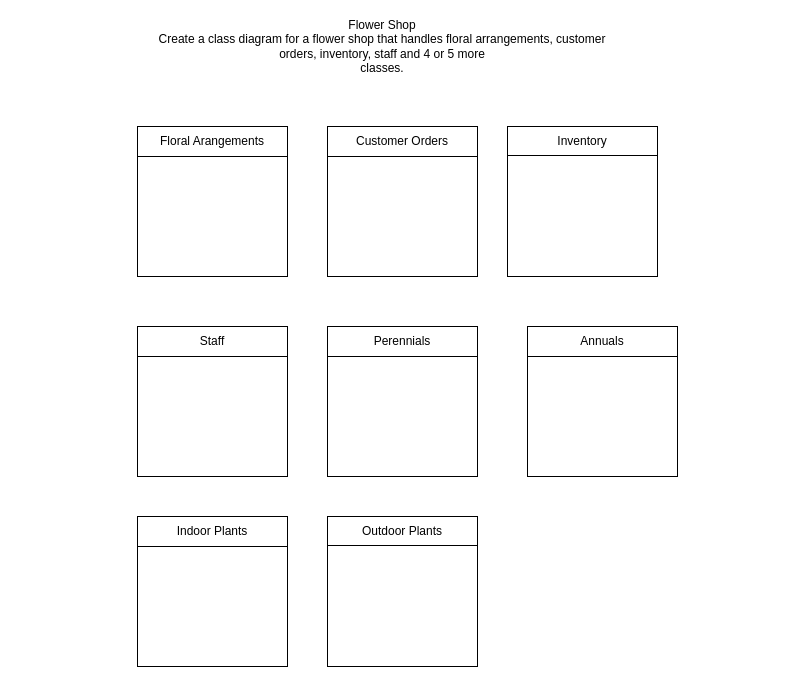
The draw.io diagram CIS-180-Assignmnet2.drawio in CMPCorinne2024/Allprojects, before the edit. Source tidied: cells renumbered, new cells numbered last; positions are measured from the earlier drawing's top-left corner, leaving out a move shared by most shapes. Both pictures are drawn from the tidied source at 100%, with x=0, y=0 at pixel (137, 26).
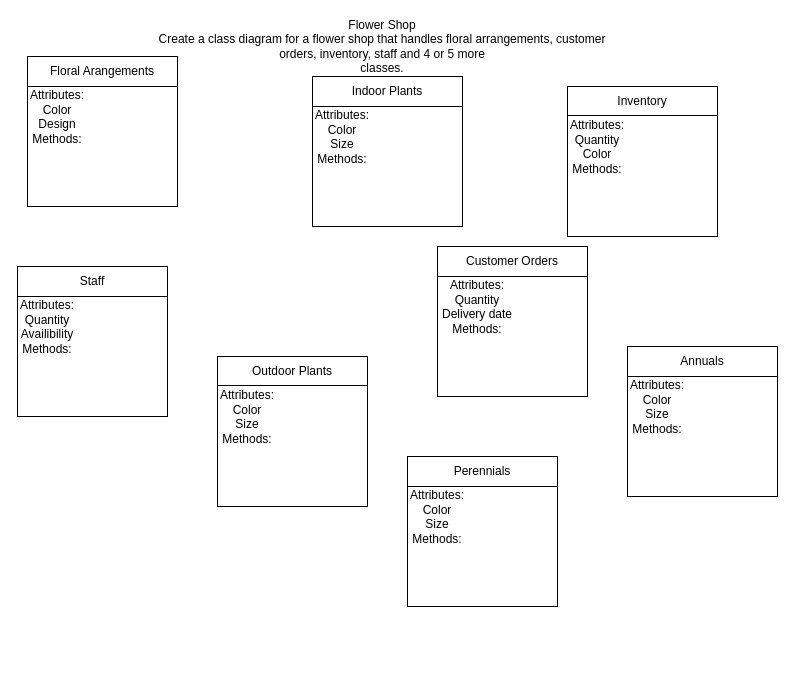
The same diagram, later.

What changed in the source:
```diff
@@
     <mxCell id="3" style="whiteSpace=wrap;html=1;" parent="1" vertex="1">
-      <mxGeometry y="100" width="150" height="150" as="geometry" />
+      <mxGeometry x="-110" y="30" width="150" height="150" as="geometry" />
     </mxCell>
     <mxCell id="4" value="Floral Arangements" style="text;html=1;align=center;verticalAlign=middle;whiteSpace=wrap;rounded=0;" parent="1" vertex="1">
-      <mxGeometry y="100" width="150" height="30" as="geometry" />
+      <mxGeometry x="-110" y="30" width="150" height="30" as="geometry" />
     </mxCell>
     <mxCell id="5" style="whiteSpace=wrap;html=1;" parent="1" vertex="1">
-      <mxGeometry x="190" y="100" width="150" height="150" as="geometry" />
+      <mxGeometry x="300" y="220" width="150" height="150" as="geometry" />
     </mxCell>
     <mxCell id="6" value="Customer Orders" style="text;html=1;align=center;verticalAlign=middle;whiteSpace=wrap;rounded=0;" parent="1" vertex="1">
-      <mxGeometry x="190" y="100" width="150" height="30" as="geometry" />
+      <mxGeometry x="300" y="220" width="150" height="30" as="geometry" />
     </mxCell>
     <mxCell id="7" style="whiteSpace=wrap;html=1;" parent="1" vertex="1">
-      <mxGeometry x="370" y="100" width="150" height="150" as="geometry" />
+      <mxGeometry x="430" y="60" width="150" height="150" as="geometry" />
     </mxCell>
     <mxCell id="8" value="Inventory" style="text;html=1;align=center;verticalAlign=middle;whiteSpace=wrap;rounded=0;" parent="1" vertex="1">
-      <mxGeometry x="370" y="100" width="150" height="30" as="geometry" />
+      <mxGeometry x="430" y="60" width="150" height="30" as="geometry" />
     </mxCell>
     <mxCell id="9" style="whiteSpace=wrap;html=1;" parent="1" vertex="1">
-      <mxGeometry y="300" width="150" height="150" as="geometry" />
+      <mxGeometry x="-120" y="240" width="150" height="150" as="geometry" />
     </mxCell>
     <mxCell id="10" value="Staff" style="text;html=1;align=center;verticalAlign=middle;whiteSpace=wrap;rounded=0;" parent="1" vertex="1">
-      <mxGeometry y="300" width="150" height="30" as="geometry" />
+      <mxGeometry x="-120" y="240" width="150" height="30" as="geometry" />
     </mxCell>
     <mxCell id="11" style="whiteSpace=wrap;html=1;" parent="1" vertex="1">
-      <mxGeometry x="190" y="300" width="150" height="150" as="geometry" />
+      <mxGeometry x="270" y="430" width="150" height="150" as="geometry" />
     </mxCell>
     <mxCell id="12" value="Perennials" style="text;html=1;align=center;verticalAlign=middle;whiteSpace=wrap;rounded=0;" parent="1" vertex="1">
-      <mxGeometry x="190" y="300" width="150" height="30" as="geometry" />
+      <mxGeometry x="270" y="430" width="150" height="30" as="geometry" />
     </mxCell>
     <mxCell id="13" style="whiteSpace=wrap;html=1;" parent="1" vertex="1">
-      <mxGeometry x="390" y="300" width="150" height="150" as="geometry" />
+      <mxGeometry x="490" y="320" width="150" height="150" as="geometry" />
     </mxCell>
     <mxCell id="14" value="Annuals" style="text;html=1;align=center;verticalAlign=middle;whiteSpace=wrap;rounded=0;" parent="1" vertex="1">
-      <mxGeometry x="390" y="300" width="150" height="30" as="geometry" />
+      <mxGeometry x="490" y="320" width="150" height="30" as="geometry" />
     </mxCell>
     <mxCell id="15" style="whiteSpace=wrap;html=1;" parent="1" vertex="1">
-      <mxGeometry y="490" width="150" height="150" as="geometry" />
+      <mxGeometry x="175" y="50" width="150" height="150" as="geometry" />
     </mxCell>
     <mxCell id="16" value="Indoor Plants" style="text;html=1;align=center;verticalAlign=middle;whiteSpace=wrap;rounded=0;" parent="1" vertex="1">
-      <mxGeometry y="490" width="150" height="30" as="geometry" />
+      <mxGeometry x="175" y="50" width="150" height="30" as="geometry" />
     </mxCell>
     <mxCell id="17" style="whiteSpace=wrap;html=1;" parent="1" vertex="1">
-      <mxGeometry x="190" y="490" width="150" height="150" as="geometry" />
+      <mxGeometry x="80" y="330" width="150" height="150" as="geometry" />
     </mxCell>
     <mxCell id="18" value="Outdoor Plants" style="text;html=1;align=center;verticalAlign=middle;whiteSpace=wrap;rounded=0;" parent="1" vertex="1">
-      <mxGeometry x="190" y="490" width="150" height="30" as="geometry" />
+      <mxGeometry x="80" y="330" width="150" height="30" as="geometry" />
     </mxCell>
@@
     <mxCell id="20" style="endArrow=none;html=1;rounded=0;exitX=0;exitY=1;exitDx=0;exitDy=0;entryX=1;entryY=1;entryDx=0;entryDy=0;" parent="1" edge="1">
       <mxGeometry relative="1" as="geometry">
-        <mxPoint x="190" y="130" as="sourcePoint" />
-        <mxPoint x="340" y="130" as="targetPoint" />
+        <mxPoint x="300" y="250" as="sourcePoint" />
+        <mxPoint x="450" y="250" as="targetPoint" />
       </mxGeometry>
     </mxCell>
     <mxCell id="21" style="endArrow=none;html=1;rounded=0;exitX=0;exitY=1;exitDx=0;exitDy=0;entryX=1;entryY=1;entryDx=0;entryDy=0;" parent="1" edge="1">
       <mxGeometry relative="1" as="geometry">
-        <mxPoint x="370" y="129" as="sourcePoint" />
-        <mxPoint x="520" y="129" as="targetPoint" />
+        <mxPoint x="430" y="89" as="sourcePoint" />
+        <mxPoint x="580" y="89" as="targetPoint" />
       </mxGeometry>
     </mxCell>
     <mxCell id="22" style="endArrow=none;html=1;rounded=0;exitX=0;exitY=1;exitDx=0;exitDy=0;entryX=1;entryY=1;entryDx=0;entryDy=0;" parent="1" edge="1">
       <mxGeometry relative="1" as="geometry">
-        <mxPoint y="330" as="sourcePoint" />
-        <mxPoint x="150" y="330" as="targetPoint" />
+        <mxPoint x="-120" y="270" as="sourcePoint" />
+        <mxPoint x="30" y="270" as="targetPoint" />
       </mxGeometry>
     </mxCell>
     <mxCell id="23" style="endArrow=none;html=1;rounded=0;exitX=0;exitY=1;exitDx=0;exitDy=0;entryX=1;entryY=1;entryDx=0;entryDy=0;" parent="1" edge="1">
       <mxGeometry relative="1" as="geometry">
-        <mxPoint x="190" y="330" as="sourcePoint" />
-        <mxPoint x="340" y="330" as="targetPoint" />
+        <mxPoint x="270" y="460" as="sourcePoint" />
+        <mxPoint x="420" y="460" as="targetPoint" />
       </mxGeometry>
     </mxCell>
     <mxCell id="24" style="endArrow=none;html=1;rounded=0;exitX=0;exitY=1;exitDx=0;exitDy=0;entryX=1;entryY=1;entryDx=0;entryDy=0;" parent="1" edge="1">
       <mxGeometry relative="1" as="geometry">
-        <mxPoint x="390" y="330" as="sourcePoint" />
-        <mxPoint x="540" y="330" as="targetPoint" />
+        <mxPoint x="490" y="350" as="sourcePoint" />
+        <mxPoint x="640" y="350" as="targetPoint" />
       </mxGeometry>
     </mxCell>
     <mxCell id="25" style="endArrow=none;html=1;rounded=0;exitX=0;exitY=1;exitDx=0;exitDy=0;entryX=1;entryY=1;entryDx=0;entryDy=0;" parent="1" edge="1">
       <mxGeometry relative="1" as="geometry">
-        <mxPoint y="520" as="sourcePoint" />
-        <mxPoint x="150" y="520" as="targetPoint" />
+        <mxPoint x="175" y="80" as="sourcePoint" />
+        <mxPoint x="325" y="80" as="targetPoint" />
       </mxGeometry>
     </mxCell>
     <mxCell id="26" style="endArrow=none;html=1;rounded=0;exitX=0;exitY=1;exitDx=0;exitDy=0;entryX=1;entryY=1;entryDx=0;entryDy=0;" parent="1" edge="1">
       <mxGeometry relative="1" as="geometry">
-        <mxPoint x="190" y="519" as="sourcePoint" />
-        <mxPoint x="340" y="519" as="targetPoint" />
+        <mxPoint x="80" y="359" as="sourcePoint" />
+        <mxPoint x="230" y="359" as="targetPoint" />
       </mxGeometry>
     </mxCell>
+    <mxCell id="27" value="Attributes:&lt;div&gt;Color&lt;/div&gt;&lt;div&gt;Design&lt;/div&gt;&lt;div&gt;Methods:&lt;/div&gt;&lt;div&gt;&lt;br&gt;&lt;/div&gt;&lt;div&gt;&lt;br&gt;&lt;/div&gt;" style="text;html=1;align=center;verticalAlign=middle;whiteSpace=wrap;rounded=0;" parent="1" vertex="1">
+      <mxGeometry x="-110" y="60" width="60" height="90" as="geometry" />
+    </mxCell>
+    <mxCell id="28" value="Attributes:&lt;div&gt;Color&lt;/div&gt;&lt;div&gt;Size&lt;/div&gt;&lt;div&gt;Methods:&lt;/div&gt;&lt;div&gt;&lt;br&gt;&lt;/div&gt;&lt;div&gt;&lt;br&gt;&lt;/div&gt;" style="text;html=1;align=center;verticalAlign=middle;whiteSpace=wrap;rounded=0;" parent="1" vertex="1">
+      <mxGeometry x="80" y="360" width="60" height="90" as="geometry" />
+    </mxCell>
+    <mxCell id="29" value="Attributes:&lt;div&gt;Color&lt;/div&gt;&lt;div&gt;Size&lt;/div&gt;&lt;div&gt;Methods:&lt;/div&gt;&lt;div&gt;&lt;br&gt;&lt;/div&gt;&lt;div&gt;&lt;br&gt;&lt;/div&gt;" style="text;html=1;align=center;verticalAlign=middle;whiteSpace=wrap;rounded=0;" parent="1" vertex="1">
+      <mxGeometry x="175" y="80" width="60" height="90" as="geometry" />
+    </mxCell>
+    <mxCell id="30" value="Attributes:&lt;div&gt;Color&lt;/div&gt;&lt;div&gt;Size&lt;/div&gt;&lt;div&gt;Methods:&lt;/div&gt;&lt;div&gt;&lt;br&gt;&lt;/div&gt;&lt;div&gt;&lt;br&gt;&lt;/div&gt;" style="text;html=1;align=center;verticalAlign=middle;whiteSpace=wrap;rounded=0;" parent="1" vertex="1">
+      <mxGeometry x="490" y="350" width="60" height="90" as="geometry" />
+    </mxCell>
+    <mxCell id="31" value="Attributes:&lt;div&gt;Color&lt;/div&gt;&lt;div&gt;Size&lt;/div&gt;&lt;div&gt;Methods:&lt;/div&gt;&lt;div&gt;&lt;br&gt;&lt;/div&gt;&lt;div&gt;&lt;br&gt;&lt;/div&gt;" style="text;html=1;align=center;verticalAlign=middle;whiteSpace=wrap;rounded=0;" parent="1" vertex="1">
+      <mxGeometry x="270" y="460" width="60" height="90" as="geometry" />
+    </mxCell>
+    <mxCell id="32" value="Attributes:&lt;div&gt;Quantity&lt;/div&gt;&lt;div&gt;Availibility&lt;/div&gt;&lt;div&gt;Methods:&lt;/div&gt;&lt;div&gt;&lt;br&gt;&lt;/div&gt;&lt;div&gt;&lt;br&gt;&lt;/div&gt;" style="text;html=1;align=center;verticalAlign=middle;whiteSpace=wrap;rounded=0;" parent="1" vertex="1">
+      <mxGeometry x="-120" y="270" width="60" height="90" as="geometry" />
+    </mxCell>
+    <mxCell id="33" value="Attributes:&lt;div&gt;Quantity&lt;/div&gt;&lt;div&gt;Color&lt;/div&gt;&lt;div&gt;Methods:&lt;/div&gt;&lt;div&gt;&lt;br&gt;&lt;/div&gt;&lt;div&gt;&lt;br&gt;&lt;/div&gt;" style="text;html=1;align=center;verticalAlign=middle;whiteSpace=wrap;rounded=0;" parent="1" vertex="1">
+      <mxGeometry x="430" y="90" width="60" height="90" as="geometry" />
+    </mxCell>
+    <mxCell id="34" value="Attributes:&lt;div&gt;Quantity&lt;/div&gt;&lt;div&gt;Delivery date&lt;/div&gt;&lt;div&gt;Methods:&lt;/div&gt;&lt;div&gt;&lt;br&gt;&lt;/div&gt;&lt;div&gt;&lt;br&gt;&lt;/div&gt;" style="text;html=1;align=center;verticalAlign=middle;whiteSpace=wrap;rounded=0;" parent="1" vertex="1">
+      <mxGeometry x="300" y="250" width="80" height="90" as="geometry" />
+    </mxCell>
```
